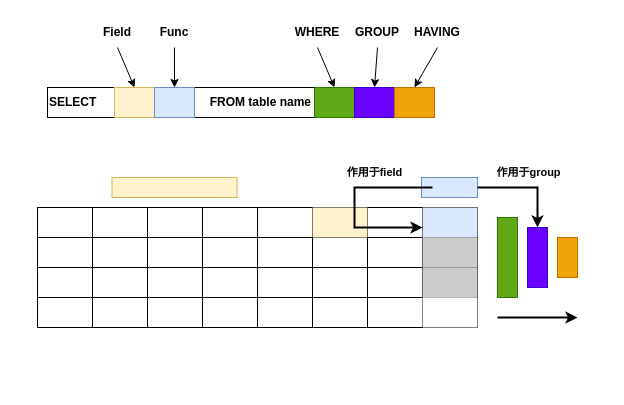
The draw.io diagram temp/Untitled Diagram.drawio in buyouS/draw, before the edit. Source tidied: cells renumbered, new cells numbered last; positions are measured from the earlier drawing's top-left corner, leaving out a move shared by most shapes. Both pictures are drawn from the tidied source at 100%, with x=0, y=0 at pixel (37, 17).
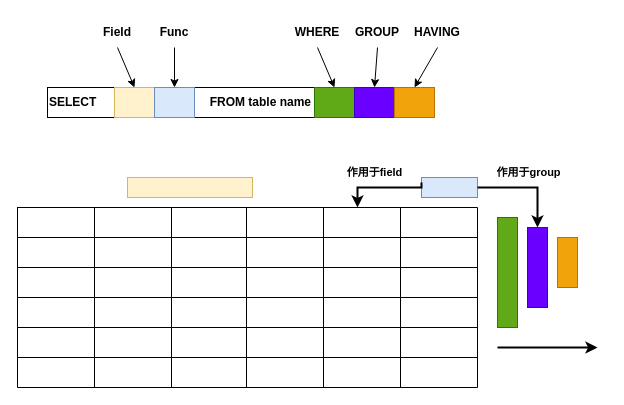
Above is the later version.

Unchanged cells that the change refers to:
```xml
<mxCell id="43" style="rounded=0;whiteSpace=wrap;html=1;align=left;fillColor=#dae8fc;strokeColor=#6c8ebf;" parent="1" vertex="1">
  <mxGeometry x="384" y="160" width="56" height="20" as="geometry" />
</mxCell>
<mxCell id="65" style="shape=tableRow;horizontal=0;startSize=0;swimlaneHead=0;swimlaneBody=0;top=0;left=0;bottom=0;right=0;fillColor=none;" parent="1" vertex="1">
  <mxGeometry y="310" width="440" height="30" as="geometry" />
</mxCell>
```

The edit, as a diff of the source:
```diff
@@
-    <mxCell id="2" style="shape=table;startSize=0;childLayout=tableLayout;" parent="1" vertex="1">
-      <mxGeometry y="190" width="440" height="120" as="geometry" />
-    </mxCell>
-    <mxCell id="3" style="shape=tableRow;horizontal=0;startSize=0;swimlaneHead=0;swimlaneBody=0;top=0;left=0;bottom=0;right=0;fillColor=none;" parent="2" vertex="1">
-      <mxGeometry width="440" height="30" as="geometry" />
-    </mxCell>
-    <mxCell id="4" style="shape=partialRectangle;html=1;whiteSpace=wrap;overflow=hidden;fillColor=none;top=0;left=0;bottom=0;right=0;" parent="3" vertex="1">
-      <mxGeometry width="55" height="30" as="geometry" />
-    </mxCell>
-    <mxCell id="5" style="shape=partialRectangle;html=1;whiteSpace=wrap;overflow=hidden;fillColor=none;top=0;left=0;bottom=0;right=0;" parent="3" vertex="1">
-      <mxGeometry x="55" width="55" height="30" as="geometry" />
-    </mxCell>
-    <mxCell id="6" style="shape=partialRectangle;html=1;whiteSpace=wrap;overflow=hidden;fillColor=none;top=0;left=0;bottom=0;right=0;" parent="3" vertex="1">
-      <mxGeometry x="110" width="55" height="30" as="geometry" />
-    </mxCell>
-    <mxCell id="7" style="shape=partialRectangle;html=1;whiteSpace=wrap;overflow=hidden;fillColor=none;top=0;left=0;bottom=0;right=0;" parent="3" vertex="1">
-      <mxGeometry x="165" width="55" height="30" as="geometry" />
-    </mxCell>
-    <mxCell id="8" style="shape=partialRectangle;html=1;whiteSpace=wrap;overflow=hidden;fillColor=none;top=0;left=0;bottom=0;right=0;" parent="3" vertex="1">
-      <mxGeometry x="220" width="55" height="30" as="geometry" />
-    </mxCell>
-    <mxCell id="9" style="shape=partialRectangle;html=1;whiteSpace=wrap;overflow=hidden;fillColor=#fff2cc;top=0;left=0;bottom=0;right=0;strokeColor=#d6b656;" parent="3" vertex="1">
-      <mxGeometry x="275" width="55" height="30" as="geometry" />
-    </mxCell>
-    <mxCell id="10" style="shape=partialRectangle;html=1;whiteSpace=wrap;overflow=hidden;fillColor=none;top=0;left=0;bottom=0;right=0;" parent="3" vertex="1">
-      <mxGeometry x="330" width="55" height="30" as="geometry" />
-    </mxCell>
-    <mxCell id="11" style="shape=partialRectangle;html=1;whiteSpace=wrap;overflow=hidden;fillColor=#dae8fc;top=0;left=0;bottom=0;right=0;strokeColor=#6c8ebf;" parent="3" vertex="1">
-      <mxGeometry x="385" width="55" height="30" as="geometry" />
-    </mxCell>
-    <mxCell id="12" style="shape=tableRow;horizontal=0;startSize=0;swimlaneHead=0;swimlaneBody=0;top=0;left=0;bottom=0;right=0;fillColor=none;" parent="2" vertex="1">
-      <mxGeometry y="30" width="440" height="30" as="geometry" />
-    </mxCell>
-    <mxCell id="13" style="shape=partialRectangle;html=1;whiteSpace=wrap;overflow=hidden;fillColor=none;top=0;left=0;bottom=0;right=0;" parent="12" vertex="1">
-      <mxGeometry width="55" height="30" as="geometry" />
-    </mxCell>
-    <mxCell id="14" style="shape=partialRectangle;html=1;whiteSpace=wrap;overflow=hidden;fillColor=none;top=0;left=0;bottom=0;right=0;" parent="12" vertex="1">
-      <mxGeometry x="55" width="55" height="30" as="geometry" />
-    </mxCell>
-    <mxCell id="15" style="shape=partialRectangle;html=1;whiteSpace=wrap;overflow=hidden;fillColor=none;top=0;left=0;bottom=0;right=0;" parent="12" vertex="1">
-      <mxGeometry x="110" width="55" height="30" as="geometry" />
-    </mxCell>
-    <mxCell id="16" style="shape=partialRectangle;html=1;whiteSpace=wrap;overflow=hidden;fillColor=none;top=0;left=0;bottom=0;right=0;" parent="12" vertex="1">
-      <mxGeometry x="165" width="55" height="30" as="geometry" />
-    </mxCell>
-    <mxCell id="17" style="shape=partialRectangle;html=1;whiteSpace=wrap;overflow=hidden;fillColor=none;top=0;left=0;bottom=0;right=0;" parent="12" vertex="1">
-      <mxGeometry x="220" width="55" height="30" as="geometry" />
-    </mxCell>
-    <mxCell id="18" style="shape=partialRectangle;html=1;whiteSpace=wrap;overflow=hidden;fillColor=none;top=0;left=0;bottom=0;right=0;" parent="12" vertex="1">
-      <mxGeometry x="275" width="55" height="30" as="geometry" />
-    </mxCell>
-    <mxCell id="19" style="shape=partialRectangle;html=1;whiteSpace=wrap;overflow=hidden;fillColor=none;top=0;left=0;bottom=0;right=0;" parent="12" vertex="1">
-      <mxGeometry x="330" width="55" height="30" as="geometry" />
-    </mxCell>
-    <mxCell id="20" style="shape=partialRectangle;html=1;whiteSpace=wrap;overflow=hidden;fillColor=#CCCCCC;top=0;left=0;bottom=0;right=0;strokeColor=none;" parent="12" vertex="1">
-      <mxGeometry x="385" width="55" height="30" as="geometry" />
-    </mxCell>
-    <mxCell id="21" style="shape=tableRow;horizontal=0;startSize=0;swimlaneHead=0;swimlaneBody=0;top=0;left=0;bottom=0;right=0;fillColor=none;" parent="2" vertex="1">
-      <mxGeometry y="60" width="440" height="30" as="geometry" />
-    </mxCell>
-    <mxCell id="22" style="shape=partialRectangle;html=1;whiteSpace=wrap;overflow=hidden;fillColor=none;top=0;left=0;bottom=0;right=0;" parent="21" vertex="1">
-      <mxGeometry width="55" height="30" as="geometry" />
-    </mxCell>
-    <mxCell id="23" style="shape=partialRectangle;html=1;whiteSpace=wrap;overflow=hidden;fillColor=none;top=0;left=0;bottom=0;right=0;" parent="21" vertex="1">
-      <mxGeometry x="55" width="55" height="30" as="geometry" />
-    </mxCell>
-    <mxCell id="24" style="shape=partialRectangle;html=1;whiteSpace=wrap;overflow=hidden;fillColor=none;top=0;left=0;bottom=0;right=0;" parent="21" vertex="1">
-      <mxGeometry x="110" width="55" height="30" as="geometry" />
-    </mxCell>
-    <mxCell id="25" style="shape=partialRectangle;html=1;whiteSpace=wrap;overflow=hidden;fillColor=none;top=0;left=0;bottom=0;right=0;" parent="21" vertex="1">
-      <mxGeometry x="165" width="55" height="30" as="geometry" />
-    </mxCell>
-    <mxCell id="26" style="shape=partialRectangle;html=1;whiteSpace=wrap;overflow=hidden;fillColor=none;top=0;left=0;bottom=0;right=0;" parent="21" vertex="1">
-      <mxGeometry x="220" width="55" height="30" as="geometry" />
-    </mxCell>
-    <mxCell id="27" style="shape=partialRectangle;html=1;whiteSpace=wrap;overflow=hidden;fillColor=none;top=0;left=0;bottom=0;right=0;" parent="21" vertex="1">
-      <mxGeometry x="275" width="55" height="30" as="geometry" />
-    </mxCell>
-    <mxCell id="28" style="shape=partialRectangle;html=1;whiteSpace=wrap;overflow=hidden;fillColor=none;top=0;left=0;bottom=0;right=0;" parent="21" vertex="1">
-      <mxGeometry x="330" width="55" height="30" as="geometry" />
-    </mxCell>
-    <mxCell id="29" style="shape=partialRectangle;html=1;whiteSpace=wrap;overflow=hidden;fillColor=#CCCCCC;top=0;left=0;bottom=0;right=0;" parent="21" vertex="1">
-      <mxGeometry x="385" width="55" height="30" as="geometry" />
-    </mxCell>
-    <mxCell id="30" style="shape=tableRow;horizontal=0;startSize=0;swimlaneHead=0;swimlaneBody=0;top=0;left=0;bottom=0;right=0;fillColor=none;" parent="2" vertex="1">
-      <mxGeometry y="90" width="440" height="30" as="geometry" />
-    </mxCell>
-    <mxCell id="31" style="shape=partialRectangle;html=1;whiteSpace=wrap;overflow=hidden;fillColor=none;top=0;left=0;bottom=0;right=0;" parent="30" vertex="1">
-      <mxGeometry width="55" height="30" as="geometry" />
-    </mxCell>
-    <mxCell id="32" style="shape=partialRectangle;html=1;whiteSpace=wrap;overflow=hidden;fillColor=none;top=0;left=0;bottom=0;right=0;" parent="30" vertex="1">
-      <mxGeometry x="55" width="55" height="30" as="geometry" />
-    </mxCell>
-    <mxCell id="33" style="shape=partialRectangle;html=1;whiteSpace=wrap;overflow=hidden;fillColor=none;top=0;left=0;bottom=0;right=0;" parent="30" vertex="1">
-      <mxGeometry x="110" width="55" height="30" as="geometry" />
-    </mxCell>
-    <mxCell id="34" style="shape=partialRectangle;html=1;whiteSpace=wrap;overflow=hidden;fillColor=none;top=0;left=0;bottom=0;right=0;" parent="30" vertex="1">
-      <mxGeometry x="165" width="55" height="30" as="geometry" />
-    </mxCell>
-    <mxCell id="35" style="shape=partialRectangle;html=1;whiteSpace=wrap;overflow=hidden;fillColor=none;top=0;left=0;bottom=0;right=0;" parent="30" vertex="1">
-      <mxGeometry x="220" width="55" height="30" as="geometry" />
-    </mxCell>
-    <mxCell id="36" style="shape=partialRectangle;html=1;whiteSpace=wrap;overflow=hidden;fillColor=none;top=0;left=0;bottom=0;right=0;" parent="30" vertex="1">
-      <mxGeometry x="275" width="55" height="30" as="geometry" />
-    </mxCell>
-    <mxCell id="37" style="shape=partialRectangle;html=1;whiteSpace=wrap;overflow=hidden;fillColor=none;top=0;left=0;bottom=0;right=0;" parent="30" vertex="1">
-      <mxGeometry x="330" width="55" height="30" as="geometry" />
-    </mxCell>
-    <mxCell id="38" style="shape=partialRectangle;html=1;whiteSpace=wrap;overflow=hidden;fillColor=#FFFFFF;top=0;left=0;bottom=0;right=0;strokeColor=#6c8ebf;" parent="30" vertex="1">
-      <mxGeometry x="385" width="55" height="30" as="geometry" />
-    </mxCell>
@@
     <mxCell id="42" style="rounded=0;whiteSpace=wrap;html=1;align=left;fillColor=#fff2cc;strokeColor=#d6b656;" parent="1" vertex="1">
-      <mxGeometry x="74.5" y="160" width="125" height="20" as="geometry" />
+      <mxGeometry x="90" y="160" width="125" height="20" as="geometry" />
     </mxCell>
@@
     <mxCell id="47" style="rounded=0;whiteSpace=wrap;html=1;align=left;fillColor=#60a917;strokeColor=#2D7600;fontColor=#ffffff;" parent="1" vertex="1">
-      <mxGeometry x="460" y="200" width="20" height="80" as="geometry" />
+      <mxGeometry x="460" y="200" width="20" height="110" as="geometry" />
     </mxCell>
     <mxCell id="48" style="rounded=0;whiteSpace=wrap;html=1;align=left;fillColor=#6a00ff;strokeColor=#3700CC;fontColor=#ffffff;" parent="1" vertex="1">
-      <mxGeometry x="490" y="210" width="20" height="60" as="geometry" />
+      <mxGeometry x="490" y="210" width="20" height="80" as="geometry" />
     </mxCell>
     <mxCell id="49" style="rounded=0;whiteSpace=wrap;html=1;align=left;fillColor=#f0a30a;strokeColor=#BD7000;fontColor=#000000;" parent="1" vertex="1">
-      <mxGeometry x="520" y="220" width="20" height="40" as="geometry" />
+      <mxGeometry x="520" y="220" width="20" height="50" as="geometry" />
     </mxCell>
@@
-    <mxCell id="60" style="edgeStyle=segmentEdgeStyle;endArrow=classic;html=1;rounded=0;strokeWidth=2;" parent="1" edge="1">
+    <mxCell id="60" style="edgeStyle=segmentEdgeStyle;endArrow=classic;html=1;rounded=0;strokeWidth=2;exitX=0;exitY=0.25;exitDx=0;exitDy=0;" parent="1" edge="1" source="43">
       <mxGeometry relative="1" as="geometry">
-        <mxPoint x="395" y="170" as="sourcePoint" />
-        <mxPoint x="385" y="210" as="targetPoint" />
+        <mxPoint x="320" y="190" as="targetPoint" />
         <Array as="points">
-          <mxPoint x="317" y="170" />
-          <mxPoint x="317" y="210" />
+          <mxPoint x="384" y="170" />
+          <mxPoint x="320" y="170" />
         </Array>
       </mxGeometry>
     </mxCell>
@@
     <mxCell id="64" style="endArrow=classic;html=1;rounded=0;fontSize=11;strokeWidth=2;" parent="1" edge="1">
       <mxGeometry relative="1" as="geometry">
-        <mxPoint x="460" y="300" as="sourcePoint" />
-        <mxPoint x="540" y="300" as="targetPoint" />
+        <mxPoint x="460" y="330" as="sourcePoint" />
+        <mxPoint x="560" y="330" as="targetPoint" />
       </mxGeometry>
     </mxCell>
@@
-    <mxCell id="66" style="shape=partialRectangle;html=1;whiteSpace=wrap;overflow=hidden;fillColor=none;top=0;left=0;bottom=0;right=0;" parent="65" vertex="1">
-      <mxGeometry width="55" height="30" as="geometry" />
-    </mxCell>
-    <mxCell id="67" style="shape=partialRectangle;html=1;whiteSpace=wrap;overflow=hidden;fillColor=none;top=0;left=0;bottom=0;right=0;" parent="65" vertex="1">
-      <mxGeometry x="55" width="55" height="30" as="geometry" />
-    </mxCell>
-    <mxCell id="68" style="shape=partialRectangle;html=1;whiteSpace=wrap;overflow=hidden;fillColor=none;top=0;left=0;bottom=0;right=0;" parent="65" vertex="1">
-      <mxGeometry x="110" width="55" height="30" as="geometry" />
-    </mxCell>
-    <mxCell id="69" style="shape=partialRectangle;html=1;whiteSpace=wrap;overflow=hidden;fillColor=none;top=0;left=0;bottom=0;right=0;" parent="65" vertex="1">
-      <mxGeometry x="220" width="55" height="30" as="geometry" />
-    </mxCell>
-    <mxCell id="70" style="shape=partialRectangle;html=1;whiteSpace=wrap;overflow=hidden;fillColor=none;top=0;left=0;bottom=0;right=0;" parent="65" vertex="1">
-      <mxGeometry x="275" width="55" height="30" as="geometry" />
-    </mxCell>
-    <mxCell id="71" style="shape=partialRectangle;html=1;whiteSpace=wrap;overflow=hidden;fillColor=none;top=0;left=0;bottom=0;right=0;" parent="65" vertex="1">
-      <mxGeometry x="330" width="55" height="30" as="geometry" />
-    </mxCell>
+    <mxCell id="72" style="shape=table;startSize=0;childLayout=tableLayout;" parent="1" vertex="1">
+      <mxGeometry x="-20" y="190" width="460" height="180" as="geometry" />
+    </mxCell>
+    <mxCell id="73" style="shape=tableRow;horizontal=0;startSize=0;swimlaneHead=0;swimlaneBody=0;top=0;left=0;bottom=0;right=0;fillColor=none;" parent="72" vertex="1">
+      <mxGeometry width="460" height="30" as="geometry" />
+    </mxCell>
+    <mxCell id="74" style="shape=partialRectangle;html=1;whiteSpace=wrap;overflow=hidden;fillColor=none;top=0;left=0;bottom=0;right=0;" parent="73" vertex="1">
+      <mxGeometry width="77" height="30" as="geometry" />
+    </mxCell>
+    <mxCell id="75" style="shape=partialRectangle;html=1;whiteSpace=wrap;overflow=hidden;fillColor=none;top=0;left=0;bottom=0;right=0;" parent="73" vertex="1">
+      <mxGeometry x="77" width="77" height="30" as="geometry" />
+    </mxCell>
+    <mxCell id="76" style="shape=partialRectangle;html=1;whiteSpace=wrap;overflow=hidden;fillColor=none;top=0;left=0;bottom=0;right=0;" parent="73" vertex="1">
+      <mxGeometry x="154" width="75" height="30" as="geometry" />
+    </mxCell>
+    <mxCell id="77" style="shape=partialRectangle;html=1;whiteSpace=wrap;overflow=hidden;fillColor=none;top=0;left=0;bottom=0;right=0;" parent="73" vertex="1">
+      <mxGeometry x="229" width="77" height="30" as="geometry" />
+    </mxCell>
+    <mxCell id="78" style="shape=partialRectangle;html=1;whiteSpace=wrap;overflow=hidden;fillColor=none;top=0;left=0;bottom=0;right=0;" parent="73" vertex="1">
+      <mxGeometry x="306" width="77" height="30" as="geometry" />
+    </mxCell>
+    <mxCell id="79" style="shape=partialRectangle;html=1;whiteSpace=wrap;overflow=hidden;fillColor=none;top=0;left=0;bottom=0;right=0;" parent="73" vertex="1">
+      <mxGeometry x="383" width="77" height="30" as="geometry" />
+    </mxCell>
+    <mxCell id="80" style="shape=tableRow;horizontal=0;startSize=0;swimlaneHead=0;swimlaneBody=0;top=0;left=0;bottom=0;right=0;fillColor=none;" parent="72" vertex="1">
+      <mxGeometry y="30" width="460" height="30" as="geometry" />
+    </mxCell>
+    <mxCell id="81" style="shape=partialRectangle;html=1;whiteSpace=wrap;overflow=hidden;fillColor=none;top=0;left=0;bottom=0;right=0;" parent="80" vertex="1">
+      <mxGeometry width="77" height="30" as="geometry" />
+    </mxCell>
+    <mxCell id="82" style="shape=partialRectangle;html=1;whiteSpace=wrap;overflow=hidden;fillColor=none;top=0;left=0;bottom=0;right=0;" parent="80" vertex="1">
+      <mxGeometry x="77" width="77" height="30" as="geometry" />
+    </mxCell>
+    <mxCell id="83" style="shape=partialRectangle;html=1;whiteSpace=wrap;overflow=hidden;fillColor=none;top=0;left=0;bottom=0;right=0;" parent="80" vertex="1">
+      <mxGeometry x="154" width="75" height="30" as="geometry" />
+    </mxCell>
+    <mxCell id="84" style="shape=partialRectangle;html=1;whiteSpace=wrap;overflow=hidden;fillColor=none;top=0;left=0;bottom=0;right=0;" parent="80" vertex="1">
+      <mxGeometry x="229" width="77" height="30" as="geometry" />
+    </mxCell>
+    <mxCell id="85" style="shape=partialRectangle;html=1;whiteSpace=wrap;overflow=hidden;fillColor=none;top=0;left=0;bottom=0;right=0;" parent="80" vertex="1">
+      <mxGeometry x="306" width="77" height="30" as="geometry" />
+    </mxCell>
+    <mxCell id="86" style="shape=partialRectangle;html=1;whiteSpace=wrap;overflow=hidden;fillColor=none;top=0;left=0;bottom=0;right=0;" parent="80" vertex="1">
+      <mxGeometry x="383" width="77" height="30" as="geometry" />
+    </mxCell>
+    <mxCell id="87" style="shape=tableRow;horizontal=0;startSize=0;swimlaneHead=0;swimlaneBody=0;top=0;left=0;bottom=0;right=0;fillColor=none;" parent="72" vertex="1">
+      <mxGeometry y="60" width="460" height="30" as="geometry" />
+    </mxCell>
+    <mxCell id="88" style="shape=partialRectangle;html=1;whiteSpace=wrap;overflow=hidden;fillColor=none;top=0;left=0;bottom=0;right=0;" parent="87" vertex="1">
+      <mxGeometry width="77" height="30" as="geometry" />
+    </mxCell>
+    <mxCell id="89" style="shape=partialRectangle;html=1;whiteSpace=wrap;overflow=hidden;fillColor=none;top=0;left=0;bottom=0;right=0;" parent="87" vertex="1">
+      <mxGeometry x="77" width="77" height="30" as="geometry" />
+    </mxCell>
+    <mxCell id="90" style="shape=partialRectangle;html=1;whiteSpace=wrap;overflow=hidden;fillColor=none;top=0;left=0;bottom=0;right=0;" parent="87" vertex="1">
+      <mxGeometry x="154" width="75" height="30" as="geometry" />
+    </mxCell>
+    <mxCell id="91" style="shape=partialRectangle;html=1;whiteSpace=wrap;overflow=hidden;fillColor=none;top=0;left=0;bottom=0;right=0;" parent="87" vertex="1">
+      <mxGeometry x="229" width="77" height="30" as="geometry" />
+    </mxCell>
+    <mxCell id="92" style="shape=partialRectangle;html=1;whiteSpace=wrap;overflow=hidden;fillColor=none;top=0;left=0;bottom=0;right=0;" parent="87" vertex="1">
+      <mxGeometry x="306" width="77" height="30" as="geometry" />
+    </mxCell>
+    <mxCell id="93" style="shape=partialRectangle;html=1;whiteSpace=wrap;overflow=hidden;fillColor=none;top=0;left=0;bottom=0;right=0;" parent="87" vertex="1">
+      <mxGeometry x="383" width="77" height="30" as="geometry" />
+    </mxCell>
+    <mxCell id="94" style="shape=tableRow;horizontal=0;startSize=0;swimlaneHead=0;swimlaneBody=0;top=0;left=0;bottom=0;right=0;fillColor=none;" parent="72" vertex="1">
+      <mxGeometry y="90" width="460" height="30" as="geometry" />
+    </mxCell>
+    <mxCell id="95" style="shape=partialRectangle;html=1;whiteSpace=wrap;overflow=hidden;fillColor=none;top=0;left=0;bottom=0;right=0;" parent="94" vertex="1">
+      <mxGeometry width="77" height="30" as="geometry" />
+    </mxCell>
+    <mxCell id="96" style="shape=partialRectangle;html=1;whiteSpace=wrap;overflow=hidden;fillColor=none;top=0;left=0;bottom=0;right=0;" parent="94" vertex="1">
+      <mxGeometry x="77" width="77" height="30" as="geometry" />
+    </mxCell>
+    <mxCell id="97" style="shape=partialRectangle;html=1;whiteSpace=wrap;overflow=hidden;fillColor=none;top=0;left=0;bottom=0;right=0;" parent="94" vertex="1">
+      <mxGeometry x="154" width="75" height="30" as="geometry" />
+    </mxCell>
+    <mxCell id="98" style="shape=partialRectangle;html=1;whiteSpace=wrap;overflow=hidden;fillColor=none;top=0;left=0;bottom=0;right=0;" parent="94" vertex="1">
+      <mxGeometry x="229" width="77" height="30" as="geometry" />
+    </mxCell>
+    <mxCell id="99" style="shape=partialRectangle;html=1;whiteSpace=wrap;overflow=hidden;fillColor=none;top=0;left=0;bottom=0;right=0;" parent="94" vertex="1">
+      <mxGeometry x="306" width="77" height="30" as="geometry" />
+    </mxCell>
+    <mxCell id="100" style="shape=partialRectangle;html=1;whiteSpace=wrap;overflow=hidden;fillColor=none;top=0;left=0;bottom=0;right=0;" parent="94" vertex="1">
+      <mxGeometry x="383" width="77" height="30" as="geometry" />
+    </mxCell>
+    <mxCell id="101" style="shape=tableRow;horizontal=0;startSize=0;swimlaneHead=0;swimlaneBody=0;top=0;left=0;bottom=0;right=0;fillColor=none;" parent="72" vertex="1">
+      <mxGeometry y="120" width="460" height="30" as="geometry" />
+    </mxCell>
+    <mxCell id="102" style="shape=partialRectangle;html=1;whiteSpace=wrap;overflow=hidden;fillColor=none;top=0;left=0;bottom=0;right=0;" parent="101" vertex="1">
+      <mxGeometry width="77" height="30" as="geometry" />
+    </mxCell>
+    <mxCell id="103" style="shape=partialRectangle;html=1;whiteSpace=wrap;overflow=hidden;fillColor=none;top=0;left=0;bottom=0;right=0;" parent="101" vertex="1">
+      <mxGeometry x="77" width="77" height="30" as="geometry" />
+    </mxCell>
+    <mxCell id="104" style="shape=partialRectangle;html=1;whiteSpace=wrap;overflow=hidden;fillColor=none;top=0;left=0;bottom=0;right=0;" parent="101" vertex="1">
+      <mxGeometry x="154" width="75" height="30" as="geometry" />
+    </mxCell>
+    <mxCell id="105" style="shape=partialRectangle;html=1;whiteSpace=wrap;overflow=hidden;fillColor=none;top=0;left=0;bottom=0;right=0;" parent="101" vertex="1">
+      <mxGeometry x="229" width="77" height="30" as="geometry" />
+    </mxCell>
+    <mxCell id="106" style="shape=partialRectangle;html=1;whiteSpace=wrap;overflow=hidden;fillColor=none;top=0;left=0;bottom=0;right=0;" parent="101" vertex="1">
+      <mxGeometry x="306" width="77" height="30" as="geometry" />
+    </mxCell>
+    <mxCell id="107" style="shape=partialRectangle;html=1;whiteSpace=wrap;overflow=hidden;fillColor=none;top=0;left=0;bottom=0;right=0;" parent="101" vertex="1">
+      <mxGeometry x="383" width="77" height="30" as="geometry" />
+    </mxCell>
+    <mxCell id="108" style="shape=tableRow;horizontal=0;startSize=0;swimlaneHead=0;swimlaneBody=0;top=0;left=0;bottom=0;right=0;fillColor=none;" parent="72" vertex="1">
+      <mxGeometry y="150" width="460" height="30" as="geometry" />
+    </mxCell>
+    <mxCell id="109" style="shape=partialRectangle;html=1;whiteSpace=wrap;overflow=hidden;fillColor=none;top=0;left=0;bottom=0;right=0;" parent="108" vertex="1">
+      <mxGeometry width="77" height="30" as="geometry" />
+    </mxCell>
+    <mxCell id="110" style="shape=partialRectangle;html=1;whiteSpace=wrap;overflow=hidden;fillColor=none;top=0;left=0;bottom=0;right=0;" parent="108" vertex="1">
+      <mxGeometry x="77" width="77" height="30" as="geometry" />
+    </mxCell>
+    <mxCell id="111" style="shape=partialRectangle;html=1;whiteSpace=wrap;overflow=hidden;fillColor=none;top=0;left=0;bottom=0;right=0;" parent="108" vertex="1">
+      <mxGeometry x="154" width="75" height="30" as="geometry" />
+    </mxCell>
+    <mxCell id="112" style="shape=partialRectangle;html=1;whiteSpace=wrap;overflow=hidden;fillColor=none;top=0;left=0;bottom=0;right=0;" parent="108" vertex="1">
+      <mxGeometry x="229" width="77" height="30" as="geometry" />
+    </mxCell>
+    <mxCell id="113" style="shape=partialRectangle;html=1;whiteSpace=wrap;overflow=hidden;fillColor=none;top=0;left=0;bottom=0;right=0;" parent="108" vertex="1">
+      <mxGeometry x="306" width="77" height="30" as="geometry" />
+    </mxCell>
+    <mxCell id="114" style="shape=partialRectangle;html=1;whiteSpace=wrap;overflow=hidden;fillColor=none;top=0;left=0;bottom=0;right=0;" parent="108" vertex="1">
+      <mxGeometry x="383" width="77" height="30" as="geometry" />
+    </mxCell>
```
